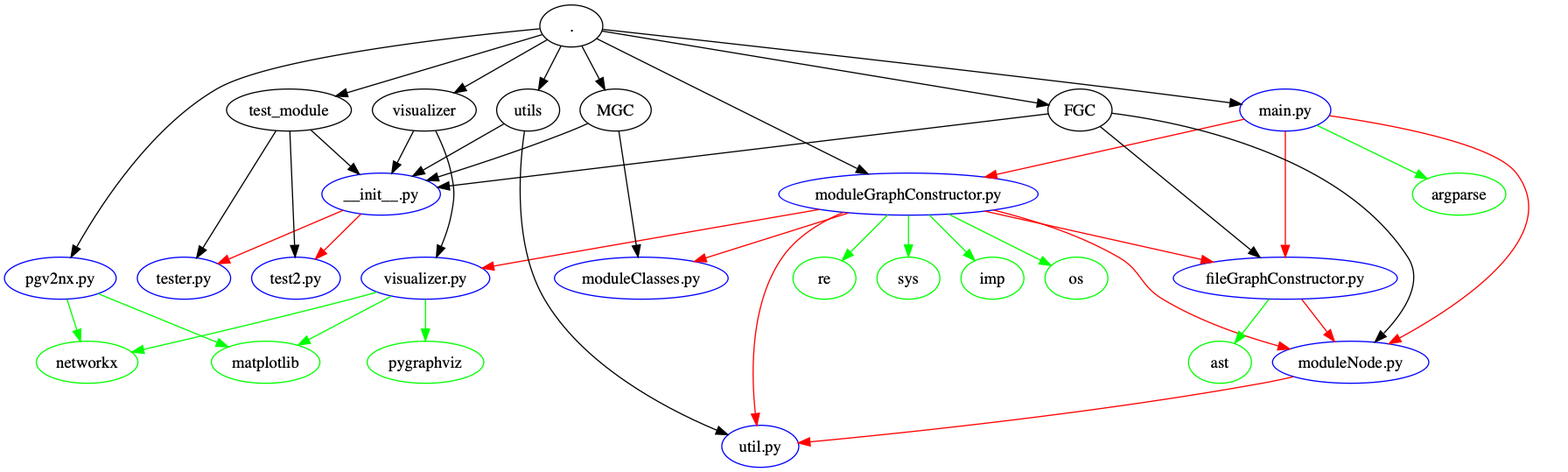
The Graphviz diagram file_structure.png in reggiehsu111/PyDepends, before a commit. Its source is kept beside it as file_structure.dot.
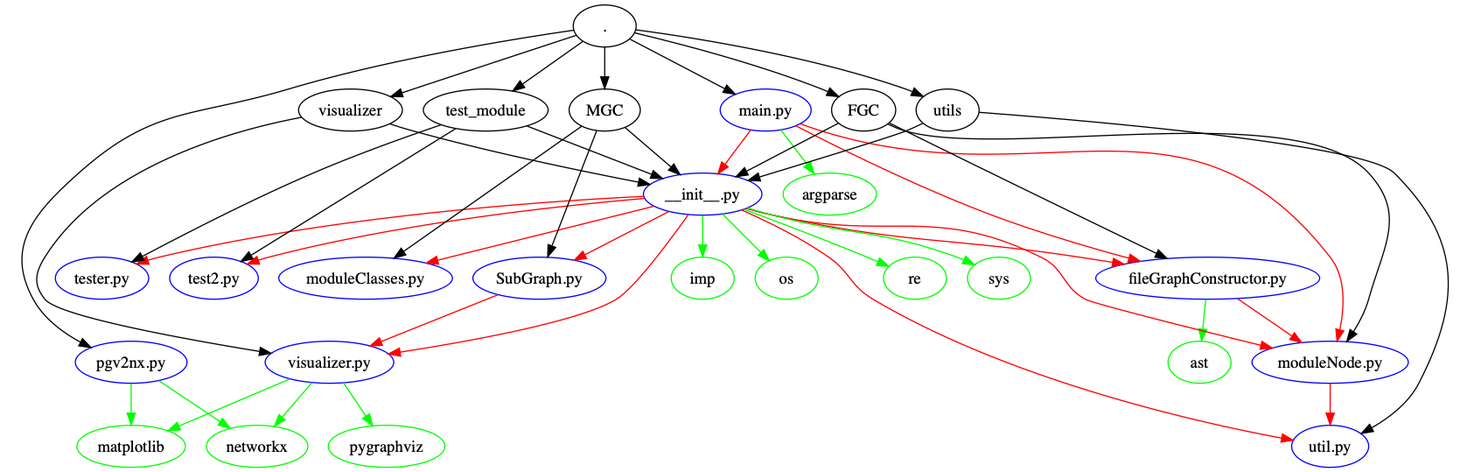
Later version of the same file.

Commit message:
add subgraph method to MGC

The edit, as a diff of the source:
```diff
@@ -1,176 +1,187 @@
 digraph "" {
-	graph [bb="0,0,1306.8,396"];
+	graph [bb="0,0,1223.3,396"];
 	node [label="\N"];
 	networkx	 [color=green,
 		height=0.5,
-		pos="70.692,90",
+		pos="201.82,18",
 		width=1.2085];
 	"pgv2nx.py"	 [color=blue,
 		height=0.5,
-		pos="47.692,162",
+		pos="93.817,90",
 		width=1.3248];
 	"pgv2nx.py" -> networkx	 [color=green,
-		pos="e,64.969,107.91 53.495,143.83 56.048,135.84 59.102,126.28 61.922,117.45"];
+		pos="e,178.54,33.516 117.52,74.199 132.96,63.906 153.28,50.356 170.11,39.139"];
 	matplotlib	 [color=green,
 		height=0.5,
-		pos="223.69,90",
+		pos="93.817,18",
 		width=1.2906];
 	"pgv2nx.py" -> matplotlib	 [color=green,
-		pos="e,191.47,103.18 80.383,148.63 109.12,136.87 151.1,119.7 182.2,106.98"];
-	os	 [color=green,
-		height=0.5,
-		pos="918.69,162",
-		width=0.75];
-	"moduleGraphConstructor.py"	 [color=blue,
-		height=0.5,
-		pos="774.69,234",
-		width=3.085];
-	"moduleGraphConstructor.py" -> os	 [color=green,
-		pos="e,897,172.84 809.18,216.75 833.17,204.76 864.86,188.91 887.98,177.36"];
-	"moduleClasses.py"	 [color=blue,
-		height=0.5,
-		pos="545.69,162",
-		width=2.0616];
-	"moduleGraphConstructor.py" -> "moduleClasses.py"	 [color=red,
-		pos="e,591.21,176.31 723.58,217.93 687.16,206.48 638.24,191.1 600.92,179.36"];
-	"fileGraphConstructor.py"	 [color=blue,
-		height=0.5,
-		pos="1097.7,162",
-		width=2.6621];
-	"moduleGraphConstructor.py" -> "fileGraphConstructor.py"	 [color=red,
-		pos="e,1035.7,175.82 840.06,219.43 893.96,207.41 970.34,190.39 1025.9,178"];
-	"visualizer.py"	 [color=blue,
-		height=0.5,
-		pos="360.69,162",
-		width=1.5293];
-	"moduleGraphConstructor.py" -> "visualizer.py"	 [color=red,
-		pos="e,409.2,170.59 698.39,220.87 635.21,209.97 543.11,194.05 462.69,180 448.65,177.55 433.53,174.89 419.34,172.38"];
-	re	 [color=green,
-		height=0.5,
-		pos="702.69,162",
-		width=0.75];
-	"moduleGraphConstructor.py" -> re	 [color=green,
-		pos="e,717.85,177.16 756.89,216.2 747.24,206.55 735.22,194.53 724.96,184.27"];
-	"util.py"	 [color=blue,
-		height=0.5,
-		pos="647.69,18",
-		width=0.91539];
-	"moduleGraphConstructor.py" -> "util.py"	 [color=red,
-		pos="e,644.67,35.969 718.93,218.37 699.39,210.1 679.22,197.85 666.69,180 638.8,140.26 639.75,81.09 643.41,46.339"];
-	"moduleNode.py"	 [color=blue,
-		height=0.5,
-		pos="1153.7,90",
-		width=1.8567];
-	"moduleGraphConstructor.py" -> "moduleNode.py"	 [color=red,
-		pos="e,1101.6,101.34 847.49,220.34 881.57,211.94 921.8,199.05 954.69,180 974.82,168.34 972.75,155.98 992.69,144 1023.1,125.71 1060.6,\
-112.68 1091.7,104"];
-	sys	 [color=green,
-		height=0.5,
-		pos="774.69,162",
-		width=0.75];
-	"moduleGraphConstructor.py" -> sys	 [color=green,
-		pos="e,774.69,180.41 774.69,215.83 774.69,208.13 774.69,198.97 774.69,190.42"];
-	imp	 [color=green,
-		height=0.5,
-		pos="846.69,162",
-		width=0.75];
-	"moduleGraphConstructor.py" -> imp	 [color=green,
-		pos="e,831.53,177.16 792.49,216.2 802.14,206.55 814.16,194.53 824.43,184.27"];
-	"fileGraphConstructor.py" -> "moduleNode.py"	 [color=red,
-		pos="e,1139.8,107.91 1111.8,143.83 1118.4,135.41 1126.3,125.25 1133.4,116.03"];
-	ast	 [color=green,
-		height=0.5,
-		pos="1041.7,90",
-		width=0.75];
-	"fileGraphConstructor.py" -> ast	 [color=green,
-		pos="e,1054.5,106.44 1083.6,143.83 1076.6,134.94 1068.2,124.1 1060.7,114.49"];
-	"visualizer.py" -> networkx	 [color=green,
-		pos="e,109.2,98.711 319.1,150.04 311.65,147.98 303.95,145.89 296.69,144 235.71,128.15 165.02,111.54 119.16,101"];
-	"visualizer.py" -> matplotlib	 [color=green,
-		pos="e,251.63,104.68 331.3,146.55 310.66,135.71 282.9,121.12 260.74,109.47"];
-	pygraphviz	 [color=green,
-		height=0.5,
-		pos="360.69,90",
-		width=1.3858];
-	"visualizer.py" -> pygraphviz	 [color=green,
-		pos="e,360.69,108.41 360.69,143.83 360.69,136.13 360.69,126.97 360.69,118.42"];
-	"moduleNode.py" -> "util.py"	 [color=red,
-		pos="e,680.24,20.88 1104.8,77.602 1095.8,75.558 1086.5,73.591 1077.7,72 936.97,46.576 768.19,29.138 690.57,21.842"];
+		pos="e,93.817,36.413 93.817,71.831 93.817,64.131 93.817,54.974 93.817,46.417"];
 	argparse	 [color=green,
 		height=0.5,
-		pos="1246.7,234",
+		pos="692.82,234",
 		width=1.1084];
 	"main.py"	 [color=blue,
 		height=0.5,
-		pos="1097.7,306",
+		pos="637.82,306",
 		width=1.079];
-	"main.py" -> "moduleGraphConstructor.py"	 [color=red,
-		pos="e,840.25,248.61 1062.5,298.16 1011.9,286.87 917.24,265.78 850.33,250.86"];
+	"main.py" -> argparse	 [color=green,
+		pos="e,679.49,251.44 650.85,288.94 657.53,280.19 665.81,269.35 673.24,259.63"];
+	"fileGraphConstructor.py"	 [color=blue,
+		height=0.5,
+		pos="1016.8,162",
+		width=2.6621];
 	"main.py" -> "fileGraphConstructor.py"	 [color=red,
-		pos="e,1097.7,180.09 1097.7,287.76 1097.7,263.2 1097.7,219.25 1097.7,190.35"];
+		pos="e,959,176.48 663.64,292.5 700.32,273.67 769.95,239.23 831.82,216 870.04,201.65 913.86,188.71 949.25,179.1"];
+	"moduleNode.py"	 [color=blue,
+		height=0.5,
+		pos="1121.8,90",
+		width=1.8567];
 	"main.py" -> "moduleNode.py"	 [color=red,
-		pos="e,1186.6,105.94 1135.4,301.16 1187.2,293.65 1276.3,277.34 1295.7,252 1336.3,198.79 1250.7,140.77 1195.5,110.7"];
-	"main.py" -> argparse	 [color=green,
-		pos="e,1219.4,247.18 1124.7,292.96 1148.6,281.41 1183.7,264.45 1210.1,251.68"];
+		pos="e,1127.7,107.98 667.59,294.22 673.58,292.03 679.87,289.85 685.82,288 876.49,228.85 998.79,337.22 1121.8,180 1135.4,162.69 1134,137.21 \
+1130.1,117.78"];
 	"__init__.py"	 [color=blue,
 		height=0.5,
-		pos="322.69,234",
+		pos="583.82,234",
 		width=1.4067];
+	"main.py" -> "__init__.py"	 [color=red,
+		pos="e,596.9,251.44 625.02,288.94 618.46,280.19 610.33,269.35 603.04,259.63"];
+	"fileGraphConstructor.py" -> "moduleNode.py"	 [color=red,
+		pos="e,1097.4,106.77 1042.2,144.57 1056.2,134.97 1073.8,122.94 1088.8,112.62"];
+	ast	 [color=green,
+		height=0.5,
+		pos="1009.8,90",
+		width=0.75];
+	"fileGraphConstructor.py" -> ast	 [color=green,
+		pos="e,1011.6,108.41 1015.1,143.83 1014.3,136.13 1013.4,126.97 1012.6,118.42"];
+	"util.py"	 [color=blue,
+		height=0.5,
+		pos="1121.8,18",
+		width=0.91539];
+	"moduleNode.py" -> "util.py"	 [color=red,
+		pos="e,1121.8,36.413 1121.8,71.831 1121.8,64.131 1121.8,54.974 1121.8,46.417"];
+	"__init__.py" -> "fileGraphConstructor.py"	 [color=red,
+		pos="e,945.26,173.99 621.35,221.77 628.74,219.63 636.48,217.59 643.82,216 759.11,190.97 790.15,197.53 906.82,180 916.05,178.61 925.71,\
+177.11 935.3,175.58"];
+	"__init__.py" -> "moduleNode.py"	 [color=red,
+		pos="e,1072.2,102.11 621.38,221.88 628.77,219.74 636.5,217.66 643.82,216 744.71,193.08 780.96,225.64 873.82,180 894.7,169.74 891.46,155.26 \
+911.82,144 918.57,140.27 1002.7,119.19 1062.4,104.5"];
+	"__init__.py" -> "util.py"	 [color=red,
+		pos="e,1090.1,23.224 617.37,220.31 639.44,210.57 668.47,196.36 691.82,180 710.87,166.65 709.8,155.85 729.82,144 846.57,74.854 1005.7,\
+38.974 1080.2,25.045"];
 	"tester.py"	 [color=blue,
 		height=0.5,
-		pos="153.69,162",
+		pos="68.817,162",
 		width=1.1063];
 	"__init__.py" -> "tester.py"	 [color=red,
-		pos="e,182.79,174.4 290.11,220.12 262.19,208.22 221.92,191.07 192.37,178.48"];
+		pos="e,98.532,174.19 533.14,232.05 446.82,227.86 266.18,215.32 117.82,180 114.64,179.24 111.39,178.35 108.15,177.36"];
 	"test2.py"	 [color=blue,
 		height=0.5,
-		pos="249.69,162",
+		pos="164.82,162",
 		width=1.0518];
 	"__init__.py" -> "test2.py"	 [color=red,
-		pos="e,266.36,178.44 305.39,216.94 295.89,207.57 283.97,195.81 273.59,185.57"];
+		pos="e,193.32,174.07 534.08,230.3 462.07,224.16 325.01,209.5 211.82,180 208.87,179.23 205.85,178.34 202.84,177.37"];
+	os	 [color=green,
+		height=0.5,
+		pos="655.82,162",
+		width=0.75];
+	"__init__.py" -> os	 [color=green,
+		pos="e,640.83,176.99 600.88,216.94 610.65,207.17 623.02,194.79 633.55,184.26"];
+	"moduleClasses.py"	 [color=blue,
+		height=0.5,
+		pos="294.82,162",
+		width=2.0616];
+	"__init__.py" -> "moduleClasses.py"	 [color=red,
+		pos="e,346.79,174.95 542.1,223.61 493.44,211.48 412.53,191.33 356.58,177.39"];
+	"visualizer.py"	 [color=blue,
+		height=0.5,
+		pos="263.82,90",
+		width=1.5293];
+	"__init__.py" -> "visualizer.py"	 [color=red,
+		pos="e,314.45,97.12 571.39,216.25 554.62,192.79 525.09,153.35 509.82,144 479.26,125.29 387.02,108.41 324.59,98.678"];
+	re	 [color=green,
+		height=0.5,
+		pos="765.82,162",
+		width=0.75];
+	"__init__.py" -> re	 [color=green,
+		pos="e,743.34,172.1 619.06,221.04 647.69,210.38 689.05,194.69 724.82,180 727.84,178.76 730.97,177.44 734.1,176.11"];
+	sys	 [color=green,
+		height=0.5,
+		pos="837.82,162",
+		width=0.75];
+	"__init__.py" -> sys	 [color=green,
+		pos="e,816.87,173.53 622.12,222.09 629.3,219.98 636.77,217.86 643.82,216 713.46,197.64 734.01,204.28 801.82,180 803.69,179.33 805.6,178.58 \
+807.5,177.79"];
+	imp	 [color=green,
+		height=0.5,
+		pos="583.82,162",
+		width=0.75];
+	"__init__.py" -> imp	 [color=green,
+		pos="e,583.82,180.41 583.82,215.83 583.82,208.13 583.82,198.97 583.82,190.42"];
+	"SubGraph.py"	 [color=blue,
+		height=0.5,
+		pos="443.82,162",
+		width=1.584];
+	"__init__.py" -> "SubGraph.py"	 [color=red,
+		pos="e,473.75,177.4 554.81,219.08 533.97,208.37 505.65,193.8 482.84,182.07"];
+	"visualizer.py" -> networkx	 [color=green,
+		pos="e,216.69,35.269 248.81,72.571 241.19,63.727 231.8,52.824 223.43,43.094"];
+	"visualizer.py" -> matplotlib	 [color=green,
+		pos="e,125.45,31.4 229.82,75.603 202.49,64.026 163.99,47.718 134.92,35.408"];
+	pygraphviz	 [color=green,
+		height=0.5,
+		pos="312.82,18",
+		width=1.3858];
+	"visualizer.py" -> pygraphviz	 [color=green,
+		pos="e,300.84,35.593 275.93,72.202 281.69,63.745 288.68,53.468 295.02,44.147"];
+	"SubGraph.py" -> "visualizer.py"	 [color=red,
+		pos="e,298.69,103.95 408.25,147.78 379.6,136.31 339.14,120.13 308.33,107.81"];
 	"."	 [color=black,
 		height=0.5,
-		pos="485.69,378",
+		pos="499.82,378",
 		width=0.75];
-	"." -> "pgv2nx.py"	 [pos="e,56.842,179.89 458.52,375.58 393.12,369.39 228.81,351.47 181.69,324 125.68,291.35 82.884,226.02 61.93,189.07"];
-	"." -> "moduleGraphConstructor.py"	 [pos="e,740.03,251.27 507.41,367.18 554.74,343.6 667.92,287.2 730.76,255.89"];
-	"." -> "main.py"	 [pos="e,1060.3,310.95 512.58,375.06 584.7,367.13 788.41,344.56 957.69,324 988.54,320.25 1023.2,315.8 1050.3,312.26"];
+	"." -> "pgv2nx.py"	 [pos="e,59.362,102.6 473.27,374.37 424.28,367.3 316.66,350.08 228.82,324 146.22,299.48 113.17,309.29 48.817,252 10.701,218.06 -14.638,\
+188.79 9.8171,144 18.637,127.85 34.588,115.8 50.238,107.24"];
+	"." -> "main.py"	 [pos="e,611.7,319.63 521.38,366.75 543.12,355.41 577.04,337.71 602.67,324.34"];
 	test_module	 [color=black,
 		height=0.5,
-		pos="243.69,306",
+		pos="397.82,306",
 		width=1.4815];
-	"." -> test_module	 [pos="e,283.72,317.91 460.7,370.57 421.42,358.88 344.45,335.98 293.54,320.83"];
+	"." -> test_module	 [pos="e,421.06,322.41 481.11,364.79 466.71,354.63 446.48,340.35 429.56,328.41"];
 	MGC	 [color=black,
 		height=0.5,
-		pos="523.69,306",
+		pos="499.82,306",
 		width=0.84042];
-	"." -> MGC	 [pos="e,514.49,323.44 494.7,360.94 499.17,352.45 504.69,342.01 509.7,332.51"];
+	"." -> MGC	 [pos="e,499.82,324.41 499.82,359.83 499.82,352.13 499.82,342.97 499.82,334.42"];
 	utils	 [color=black,
 		height=0.5,
-		pos="448.69,306",
+		pos="793.82,306",
 		width=0.75];
-	"." -> utils	 [pos="e,457.65,323.44 476.92,360.94 472.56,352.45 467.2,342.01 462.32,332.51"];
+	"." -> utils	 [pos="e,772.89,317.59 526.42,374.73 573.9,368.4 675.92,352.51 757.82,324 759.7,323.35 761.61,322.61 763.51,321.83"];
 	FGC	 [color=black,
 		height=0.5,
-		pos="921.69,306",
+		pos="721.82,306",
 		width=0.75861];
-	"." -> FGC	 [pos="e,895.09,310.39 511.98,373.66 586.48,361.36 799.11,326.24 885.02,312.06"];
+	"." -> FGC	 [pos="e,700.4,317.5 525.57,372.09 561.93,363.4 630.08,345.82 685.82,324 687.62,323.29 689.46,322.53 691.3,321.73"];
 	visualizer	 [color=black,
 		height=0.5,
-		pos="359.69,306",
+		pos="281.82,306",
 		width=1.2356];
-	"." -> visualizer	 [pos="e,385.44,320.71 465.17,366.27 445.96,355.3 416.89,338.69 394.13,325.68"];
-	test_module -> "__init__.py"	 [pos="e,304.1,250.94 262.41,288.94 272.65,279.61 285.48,267.92 296.67,257.72"];
-	test_module -> "tester.py"	 [pos="e,164.54,179.35 232.66,288.34 216.98,263.27 188.17,217.17 170.02,188.13"];
-	test_module -> "test2.py"	 [pos="e,248.94,180.09 244.45,287.76 245.47,263.2 247.31,219.25 248.51,190.35"];
-	MGC -> "moduleClasses.py"	 [pos="e,542.92,180.17 526.43,288.05 530.19,263.48 536.97,219.1 541.4,190.1"];
-	MGC -> "__init__.py"	 [pos="e,361.75,245.69 499.95,294.53 494.95,292.27 489.68,289.98 484.69,288 447.22,273.16 403.87,258.86 371.44,248.7"];
-	utils -> "util.py"	 [pos="e,619.9,27.922 445.53,287.98 440.95,256.4 435.74,190.05 462.69,144 496.09,86.942 566.8,50.073 610.49,31.759"];
-	utils -> "__init__.py"	 [pos="e,349.81,249.5 428.17,294.27 409.41,283.55 381.26,267.47 358.75,254.61"];
-	FGC -> "fileGraphConstructor.py"	 [pos="e,1076.1,179.69 938.89,291.93 968.88,267.39 1031.1,216.49 1068.1,186.19"];
-	FGC -> "moduleNode.py"	 [pos="e,1174.6,107.37 949.12,303.27 1007.8,295.77 1145,269.08 1202.7,180 1216.5,158.7 1199.7,133.2 1182.1,114.79"];
-	FGC -> "__init__.py"	 [pos="e,371.09,239.82 894.79,302.77 804.12,291.87 508.3,256.31 381.38,241.05"];
-	visualizer -> "visualizer.py"	 [pos="e,370.05,179.95 369.47,288.1 374.51,277.86 380.12,264.58 382.69,252 385.89,236.32 385.77,231.7 382.69,216 380.93,207 377.66,197.61 \
-374.17,189.24"];
-	visualizer -> "__init__.py"	 [pos="e,331.86,251.84 350.55,288.2 346.32,279.98 341.21,270.04 336.53,260.93"];
+	"." -> visualizer	 [pos="e,316.38,317.54 475.36,369.98 443.3,359.45 385.33,340.4 335.82,324 332.67,322.96 329.43,321.88 326.16,320.8"];
+	test_module -> "__init__.py"	 [pos="e,549.47,247.3 433.24,292.29 463.52,280.57 507.23,263.65 539.76,251.05"];
+	test_module -> "tester.py"	 [pos="e,94.466,175.89 359.65,293.39 329.49,283.11 286.51,267.76 249.82,252 197.87,229.69 139.62,199.82 103.58,180.74"];
+	test_module -> "test2.py"	 [pos="e,187.97,176.31 371.99,290.04 329.11,263.54 243.35,210.54 196.75,181.73"];
+	MGC -> "__init__.py"	 [pos="e,564.38,250.66 517.22,291.08 528.6,281.33 543.71,268.38 556.65,257.29"];
+	MGC -> "moduleClasses.py"	 [pos="e,319.13,179.08 480.16,292.19 444.91,267.43 370.61,215.24 327.56,185"];
+	MGC -> "SubGraph.py"	 [pos="e,450.92,180.26 492.95,288.34 483.39,263.75 465.96,218.95 454.64,189.84"];
+	utils -> "__init__.py"	 [pos="e,622.83,245.74 772.38,294.57 767.65,292.25 762.61,289.93 757.82,288 745.97,283.24 679.81,262.99 632.59,248.69"];
+	utils -> "util.py"	 [pos="e,1148.5,29 820.75,304.05 903.74,297.81 1151.5,277.19 1176.8,252 1233.9,195.18 1234.8,143.57 1197.8,72 1189.2,55.288 1172.7,42.622 \
+1157.3,33.772"];
+	FGC -> "fileGraphConstructor.py"	 [pos="e,981.99,178.8 743.88,294.92 748.48,292.62 753.3,290.23 757.82,288 833.18,250.83 921.2,208.17 972.79,183.24"];
+	FGC -> "moduleNode.py"	 [pos="e,1136.1,107.8 742.61,293.97 747.46,291.63 752.71,289.45 757.82,288 843.02,263.77 1095.1,317.41 1154.8,252 1187.2,216.56 1167.8,\
+190.21 1154.8,144 1152.1,134.37 1147.1,124.76 1141.9,116.37"];
+	FGC -> "__init__.py"	 [pos="e,612.41,248.92 700.25,294.75 679.19,283.76 646.69,266.81 621.38,253.6"];
+	visualizer -> "__init__.py"	 [pos="e,538.66,242.32 315.64,294.11 322.29,291.95 329.24,289.81 335.82,288 401.41,269.98 478.07,254.06 528.6,244.26"];
+	visualizer -> "visualizer.py"	 [pos="e,213.89,97.654 239.8,299.76 178.97,288.22 68.375,257.23 19.817,180 11.301,166.45 9.8001,156.48 19.817,144 31.363,129.62 135.2,110.52 \
+203.64,99.316"];
 }
```
